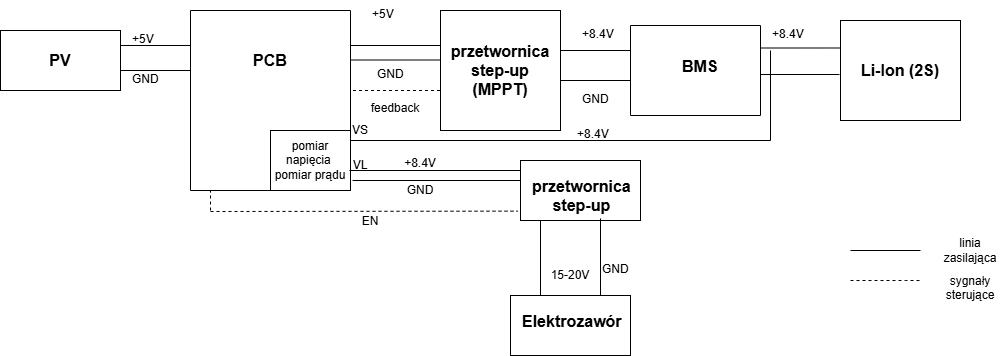
Above: Moduł_Zaworu/schemat zasilania moduł zaworu.drawio.png in Fifi02/praca-inzynierska (draw.io), before the change. Source tidied: cells renumbered, new cells last; positions are measured from the earlier drawing's top-left corner, leaving out a move shared by most shapes.
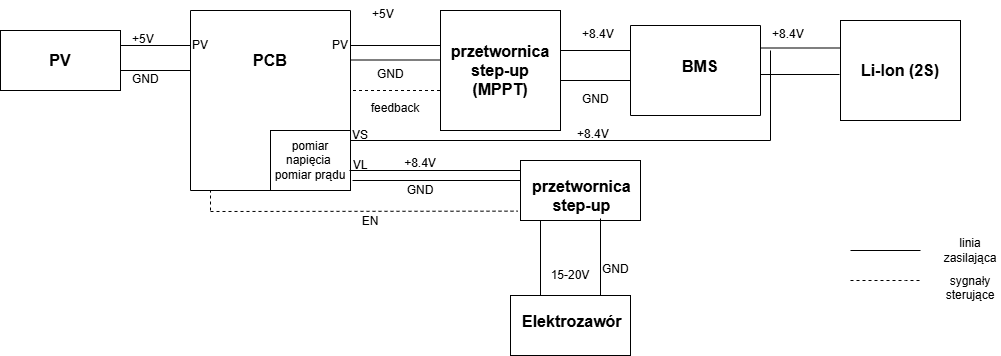
Later version of the same file.

Change to the diagram source:
```diff
@@ -11,6 +11,12 @@
     <mxCell id="4" value="pomiar napięcia&amp;nbsp;&lt;div&gt;pomiar prądu&lt;/div&gt;" style="rounded=0;whiteSpace=wrap;html=1;" parent="2" vertex="1">
       <mxGeometry x="80" y="120" width="80" height="60" as="geometry" />
     </mxCell>
+    <mxCell id="55" value="PV" style="text;html=1;whiteSpace=wrap;strokeColor=none;fillColor=none;align=center;verticalAlign=middle;rounded=0;" parent="2" vertex="1">
+      <mxGeometry x="120" y="20" width="60" height="30" as="geometry" />
+    </mxCell>
+    <mxCell id="56" value="PV" style="text;html=1;whiteSpace=wrap;strokeColor=none;fillColor=none;align=center;verticalAlign=middle;rounded=0;" parent="2" vertex="1">
+      <mxGeometry x="-20" y="20" width="60" height="30" as="geometry" />
+    </mxCell>
     <mxCell id="5" style="endArrow=none;html=1;rounded=0;" parent="1" edge="1">
       <mxGeometry relative="1" as="geometry">
         <mxPoint x="120" y="45" as="sourcePoint" />
@@ -190,7 +196,7 @@
       </mxGeometry>
     </mxCell>
     <mxCell id="47" value="VS" style="text;html=1;whiteSpace=wrap;strokeColor=none;fillColor=none;align=center;verticalAlign=middle;rounded=0;" parent="1" vertex="1">
-      <mxGeometry x="330" y="115" width="60" height="30" as="geometry" />
+      <mxGeometry x="330" y="120" width="60" height="30" as="geometry" />
     </mxCell>
     <mxCell id="48" style="endArrow=none;html=1;rounded=0;exitX=0.367;exitY=1;exitDx=0;exitDy=0;exitPerimeter=0;" parent="1" edge="1" source="50">
       <mxGeometry relative="1" as="geometry">
```
